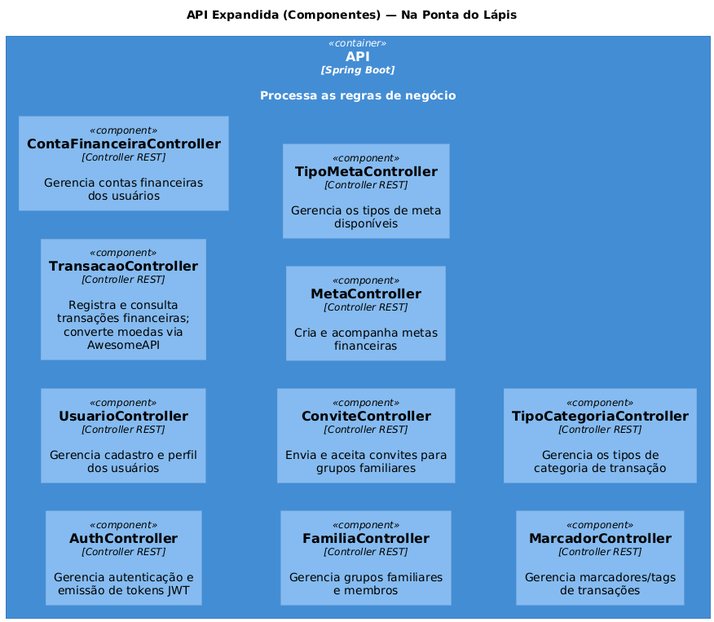
Earlier version of the PlantUML export doc/c4/diagrama-componentes-detalhado.png (tads-cnat/na-ponta-do-lapis).
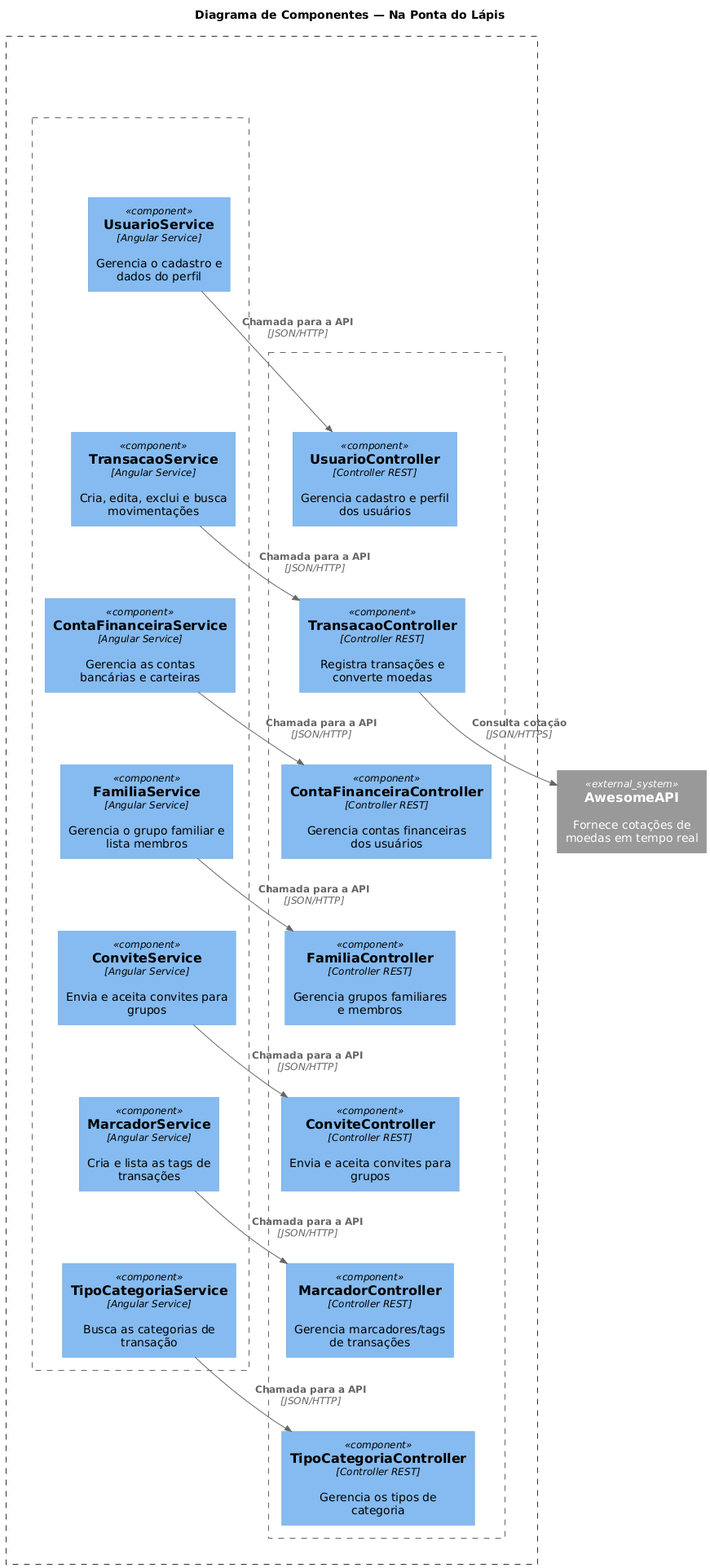
Later version of the same file.

Commit message:
doc: diagrama de componentes atuliazado

What changed in the source:
```diff
@@ -1,20 +1,75 @@
 @startuml
 !include https://raw.githubusercontent.com/plantuml-stdlib/C4-PlantUML/master/C4_Component.puml
 
-LAYOUT_LEFT_RIGHT()
+skinparam rectangle<<container>> {
+    BackgroundColor #FFFFFF
+    BorderStyle dashed
+    BorderColor #666666
+}
+skinparam rectangle<<system>> {
+    BackgroundColor #FFFFFF
+    BorderStyle dashed
+    BorderColor #333333
+}
 
-title API Expandida (Componentes) — Na Ponta do Lápis
+title Diagrama de Componentes — Na Ponta do Lápis
 
-Container(api, "API", "Spring Boot", "Processa as regras de negócio") {
-    Component(authCtrl, "AuthController", "Controller REST", "Gerencia autenticação e emissão de tokens JWT")
-    Component(usuarioCtrl, "UsuarioController", "Controller REST", "Gerencia cadastro e perfil dos usuários")
-    Component(transacaoCtrl, "TransacaoController", "Controller REST", "Registra e consulta transações financeiras; converte moedas via AwesomeAPI")
-    Component(contaCtrl, "ContaFinanceiraController", "Controller REST", "Gerencia contas financeiras dos usuários")
-    Component(familiaCtrl, "FamiliaController", "Controller REST", "Gerencia grupos familiares e membros")
-    Component(conviteCtrl, "ConviteController", "Controller REST", "Envia e aceita convites para grupos familiares")
-    Component(metaCtrl, "MetaController", "Controller REST", "Cria e acompanha metas financeiras")
-    Component(tipoMetaCtrl, "TipoMetaController", "Controller REST", "Gerencia os tipos de meta disponíveis")
-    Component(marcadorCtrl, "MarcadorController", "Controller REST", "Gerencia marcadores/tags de transações")
-    Component(tipoCatCtrl, "TipoCategoriaController", "Controller REST", "Gerencia os tipos de categoria de transação")
+
+System(sistemaGeral, "Sistema Na Ponta do Lápis", "Plataforma de Gestão de Finanças Pessoais") {
+
+    Container(frontend, "Aplicação Frontend", "Angular", "Interface web do usuário") {
+        Component(usuarioService, "UsuarioService", "Angular Service", "Gerencia o cadastro e dados do perfil")
+        Component(transacaoService, "TransacaoService", "Angular Service", "Cria, edita, exclui e busca movimentações")
+        Component(contaService, "ContaFinanceiraService", "Angular Service", "Gerencia as contas bancárias e carteiras")
+        Component(familiaService, "FamiliaService", "Angular Service", "Gerencia o grupo familiar e lista membros")
+        Component(conviteService, "ConviteService", "Angular Service", "Envia e aceita convites para grupos")
+        Component(marcadorService, "MarcadorService", "Angular Service", "Cria e lista as tags de transações")
+        Component(tipoCatService, "TipoCategoriaService", "Angular Service", "Busca as categorias de transação")
+    }
+
+
+    usuarioService -[hidden]down-> transacaoService
+    transacaoService -[hidden]down-> contaService
+    contaService -[hidden]down-> familiaService
+    familiaService -[hidden]down-> conviteService
+    conviteService -[hidden]down-> marcadorService
+    marcadorService -[hidden]down-> tipoCatService
+
+
+    Container(backend, "Aplicação Backend", "Spring Boot", "Processa as regras de negócio") {
+        Component(usuarioCtrl, "UsuarioController", "Controller REST", "Gerencia cadastro e perfil dos usuários")
+        Component(transacaoCtrl, "TransacaoController", "Controller REST", "Registra transações e converte moedas")
+        Component(contaCtrl, "ContaFinanceiraController", "Controller REST", "Gerencia contas financeiras dos usuários")
+        Component(familiaCtrl, "FamiliaController", "Controller REST", "Gerencia grupos familiares e membros")
+        Component(conviteCtrl, "ConviteController", "Controller REST", "Envia e aceita convites para grupos")
+        Component(marcadorCtrl, "MarcadorController", "Controller REST", "Gerencia marcadores/tags de transações")
+        Component(tipoCatCtrl, "TipoCategoriaController", "Controller REST", "Gerencia os tipos de categoria")
+    }
+
+
+    usuarioCtrl -[hidden]down-> transacaoCtrl
+    transacaoCtrl -[hidden]down-> contaCtrl
+    contaCtrl -[hidden]down-> familiaCtrl
+    familiaCtrl -[hidden]down-> conviteCtrl
+    conviteCtrl -[hidden]down-> marcadorCtrl
+    marcadorCtrl -[hidden]down-> tipoCatCtrl
 }
+
+
+System_Ext(awesomeApi, "AwesomeAPI", "Fornece cotações de moedas em tempo real")
+
+
+sistemaGeral -[hidden]down-> awesomeApi
+
+
+Rel_D(usuarioService, usuarioCtrl, "Chamada para a API", "JSON/HTTP")
+Rel_D(transacaoService, transacaoCtrl, "Chamada para a API", "JSON/HTTP")
+Rel_D(contaService, contaCtrl, "Chamada para a API", "JSON/HTTP")
+Rel_D(familiaService, familiaCtrl, "Chamada para a API", "JSON/HTTP")
+Rel_D(conviteService, conviteCtrl, "Chamada para a API", "JSON/HTTP")
+Rel_D(marcadorService, marcadorCtrl, "Chamada para a API", "JSON/HTTP")
+Rel_D(tipoCatService, tipoCatCtrl, "Chamada para a API", "JSON/HTTP")
+
+
+Rel_D(transacaoCtrl, awesomeApi, "Consulta cotação", "JSON/HTTPS")
 @enduml
```
